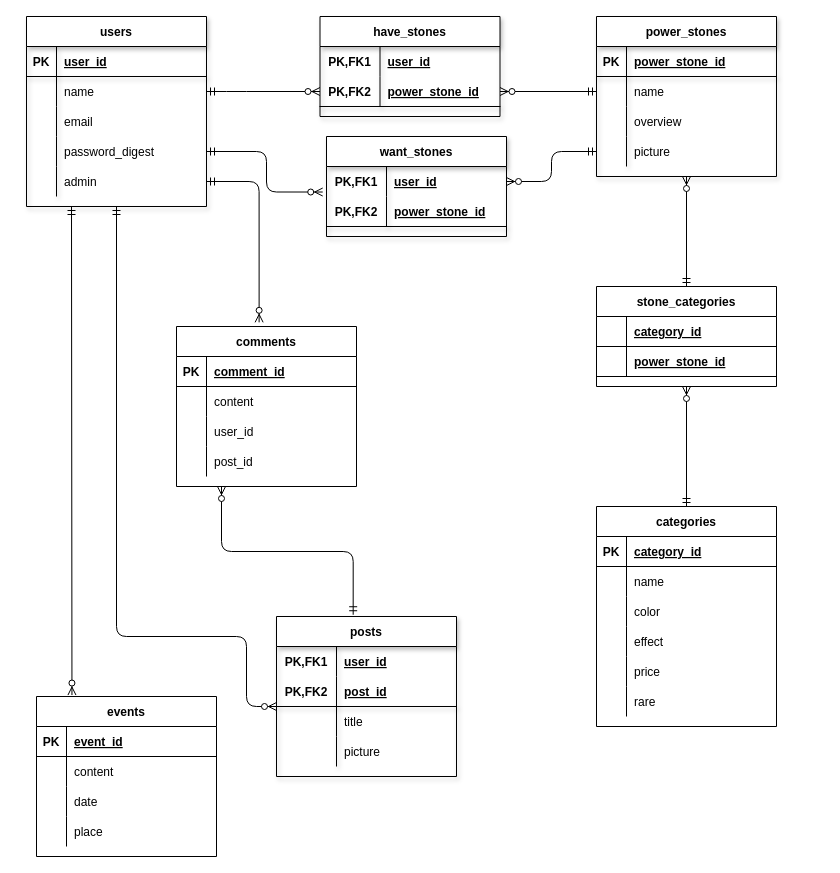
Before: stone_matching.drawio in hyoma525/stone_matching, a draw.io diagram. Source tidied: cells renumbered, new cells numbered last; positions are measured from the earlier drawing's top-left corner, leaving out a move shared by most shapes. Both pictures are drawn from the tidied source at 100%, with x=0, y=0 at pixel (26, 16).
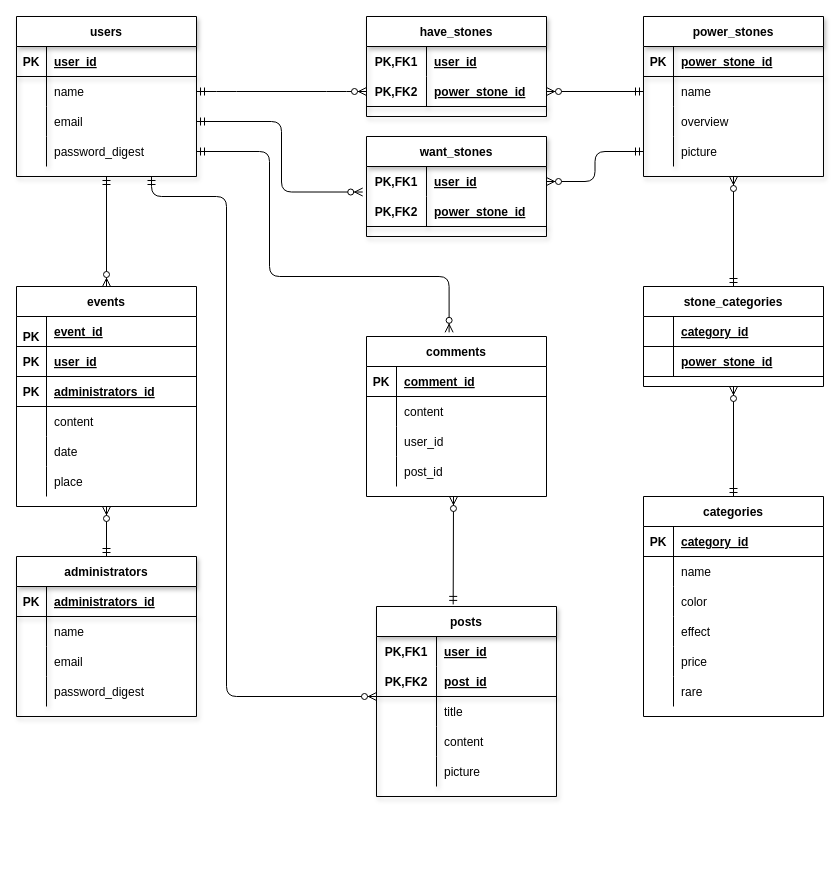
Above is the later version.

Unchanged cells that the change refers to:
```xml
<mxCell id="9" style="shape=tableRow;horizontal=0;startSize=0;swimlaneHead=0;swimlaneBody=0;fillColor=none;points=[[0,0.5],[1,0.5]];portConstraint=eastwest;top=0;left=0;right=0;bottom=0;shadow=1;strokeWidth=1;fontSize=12;" parent="2" vertex="1">
  <mxGeometry y="90" width="180" height="30" as="geometry" />
</mxCell>
<mxCell id="22" style="shape=tableRow;horizontal=0;startSize=0;swimlaneHead=0;swimlaneBody=0;fillColor=none;points=[[0,0.5],[1,0.5]];portConstraint=eastwest;top=0;left=0;right=0;bottom=0;shadow=1;strokeWidth=1;fontSize=12;" parent="15" vertex="1">
  <mxGeometry y="90" width="180" height="30" as="geometry" />
</mxCell>
<mxCell id="25" style="shape=tableRow;horizontal=0;startSize=0;swimlaneHead=0;swimlaneBody=0;fillColor=none;points=[[0,0.5],[1,0.5]];portConstraint=eastwest;top=0;left=0;right=0;bottom=0;shadow=1;strokeWidth=1;fontSize=12;" parent="15" vertex="1">
  <mxGeometry y="120" width="180" height="30" as="geometry" />
</mxCell>
<mxCell id="113" style="shape=tableRow;horizontal=0;startSize=0;swimlaneHead=0;swimlaneBody=0;fillColor=none;points=[[0,0.5],[1,0.5]];portConstraint=eastwest;top=0;left=0;right=0;bottom=1;shadow=1;strokeWidth=1;fontSize=12;" parent="109" vertex="1">
  <mxGeometry y="60" width="180" height="30" as="geometry" />
</mxCell>
```

Diff of the diagram source:
```diff
@@
     <mxCell id="2" value="posts" style="shape=table;startSize=30;childLayout=tableLayout;rowLines=0;fontStyle=1;align=center;shadow=1;strokeWidth=1;fontSize=12;" parent="1" vertex="1">
-      <mxGeometry x="250" y="600" width="180" height="160" as="geometry" />
+      <mxGeometry x="350" y="590" width="180" height="190" as="geometry" />
     </mxCell>
@@
+    <mxCell id="120" style="shape=tableRow;horizontal=0;startSize=0;swimlaneHead=0;swimlaneBody=0;fillColor=none;top=0;left=0;right=0;bottom=0;shadow=1;strokeWidth=1;fontSize=12;" parent="2" vertex="1">
+      <mxGeometry y="120" width="180" height="30" as="geometry" />
+    </mxCell>
+    <mxCell id="121" style="shape=partialRectangle;fillColor=none;top=0;left=0;bottom=0;right=0;overflow=hidden;shadow=1;strokeWidth=1;fontSize=12;" parent="120" vertex="1">
+      <mxGeometry width="60" height="30" as="geometry" />
+    </mxCell>
+    <mxCell id="122" value="content" style="shape=partialRectangle;fillColor=none;top=0;left=0;bottom=0;right=0;align=left;spacingLeft=6;overflow=hidden;shadow=1;strokeWidth=1;fontSize=12;" parent="120" vertex="1">
+      <mxGeometry x="60" width="120" height="30" as="geometry" />
+    </mxCell>
     <mxCell id="12" style="shape=tableRow;horizontal=0;startSize=0;swimlaneHead=0;swimlaneBody=0;fillColor=none;top=0;left=0;right=0;bottom=0;shadow=1;strokeWidth=1;fontSize=12;" parent="2" vertex="1">
-      <mxGeometry y="120" width="180" height="30" as="geometry" />
+      <mxGeometry y="150" width="180" height="30" as="geometry" />
     </mxCell>
@@
     <mxCell id="15" value="users" style="shape=table;startSize=30;childLayout=tableLayout;rowLines=0;fontStyle=1;align=center;shadow=1;strokeWidth=1;fontSize=12;" parent="1" vertex="1">
-      <mxGeometry width="180" height="190" as="geometry" />
+      <mxGeometry x="-10" width="180" height="160" as="geometry" />
     </mxCell>
@@
-    <mxCell id="28" style="shape=tableRow;horizontal=0;startSize=0;swimlaneHead=0;swimlaneBody=0;fillColor=none;points=[[0,0.5],[1,0.5]];portConstraint=eastwest;top=0;left=0;right=0;bottom=0;shadow=1;strokeWidth=1;fontSize=12;" parent="15" vertex="1">
-      <mxGeometry y="150" width="180" height="30" as="geometry" />
-    </mxCell>
-    <mxCell id="29" style="shape=partialRectangle;fillColor=none;top=0;left=0;bottom=0;right=0;overflow=hidden;shadow=1;strokeWidth=1;fontSize=12;" parent="28" vertex="1">
-      <mxGeometry width="30" height="30" as="geometry" />
-    </mxCell>
-    <mxCell id="30" value="admin" style="shape=partialRectangle;fillColor=none;top=0;left=0;bottom=0;right=0;align=left;spacingLeft=6;overflow=hidden;shadow=1;strokeWidth=1;fontSize=12;" parent="28" vertex="1">
-      <mxGeometry x="30" width="150" height="30" as="geometry" />
-    </mxCell>
     <mxCell id="31" value="power_stones" style="shape=table;startSize=30;childLayout=tableLayout;rowLines=0;fontStyle=1;align=center;shadow=1;strokeWidth=1;fontSize=12;" parent="1" vertex="1">
-      <mxGeometry x="570" width="180" height="160" as="geometry" />
+      <mxGeometry x="617" width="180" height="160" as="geometry" />
     </mxCell>
@@
     <mxCell id="44" value="have_stones" style="shape=table;startSize=30;childLayout=tableLayout;rowLines=0;fontStyle=1;align=center;shadow=1;strokeWidth=1;fontSize=12;" parent="1" vertex="1">
-      <mxGeometry x="293.5" width="180" height="100" as="geometry" />
+      <mxGeometry x="340" width="180" height="100" as="geometry" />
     </mxCell>
@@
     <mxCell id="51" value="comments" style="shape=table;startSize=30;childLayout=tableLayout;rowLines=0;fontStyle=1;align=center;" parent="1" vertex="1">
-      <mxGeometry x="150" y="310" width="180" height="160" as="geometry" />
+      <mxGeometry x="340" y="320" width="180" height="160" as="geometry" />
     </mxCell>
@@
     <mxCell id="64" value="events" style="shape=table;startSize=30;childLayout=tableLayout;rowLines=0;fontStyle=1;align=center;" parent="1" vertex="1">
-      <mxGeometry x="10" y="680" width="180" height="160" as="geometry" />
+      <mxGeometry x="-10" y="270" width="180" height="220" as="geometry" />
     </mxCell>
+    <mxCell id="123" style="shape=partialRectangle;fillColor=none;top=0;left=0;bottom=1;right=0;" parent="64" vertex="1">
+      <mxGeometry y="30" width="180" height="30" as="geometry" />
+    </mxCell>
+    <mxCell id="124" style="shape=partialRectangle;fillColor=none;top=0;left=0;bottom=0;right=0;fontStyle=1;overflow=hidden;" parent="123" vertex="1">
+      <mxGeometry width="30" height="30" as="geometry" />
+    </mxCell>
+    <mxCell id="125" value="event_id" style="shape=partialRectangle;fillColor=none;top=0;left=0;bottom=0;right=0;align=left;spacingLeft=6;fontStyle=5;overflow=hidden;" parent="123" vertex="1">
+      <mxGeometry x="30" width="150" height="30" as="geometry" />
+    </mxCell>
     <mxCell id="65" style="shape=partialRectangle;fillColor=none;top=0;left=0;bottom=1;right=0;" parent="64" vertex="1">
-      <mxGeometry y="30" width="180" height="30" as="geometry" />
+      <mxGeometry y="60" width="180" height="30" as="geometry" />
     </mxCell>
@@
-    <mxCell id="67" value="event_id" style="shape=partialRectangle;fillColor=none;top=0;left=0;bottom=0;right=0;align=left;spacingLeft=6;fontStyle=5;overflow=hidden;" parent="65" vertex="1">
+    <mxCell id="67" value="user_id" style="shape=partialRectangle;fillColor=none;top=0;left=0;bottom=0;right=0;align=left;spacingLeft=6;fontStyle=5;overflow=hidden;" parent="65" vertex="1">
       <mxGeometry x="30" width="150" height="30" as="geometry" />
     </mxCell>
+    <mxCell id="126" style="shape=partialRectangle;fillColor=none;top=0;left=0;bottom=1;right=0;" parent="64" vertex="1">
+      <mxGeometry y="90" width="180" height="30" as="geometry" />
+    </mxCell>
+    <mxCell id="127" style="shape=partialRectangle;fillColor=none;top=0;left=0;bottom=0;right=0;fontStyle=1;overflow=hidden;" parent="126" vertex="1">
+      <mxGeometry width="30" height="30" as="geometry" />
+    </mxCell>
+    <mxCell id="128" value="administrators_id" style="shape=partialRectangle;fillColor=none;top=0;left=0;bottom=0;right=0;align=left;spacingLeft=6;fontStyle=5;overflow=hidden;" parent="126" vertex="1">
+      <mxGeometry x="30" width="150" height="30" as="geometry" />
+    </mxCell>
     <mxCell id="68" style="shape=partialRectangle;fillColor=none;top=0;left=0;bottom=0;right=0;" parent="64" vertex="1">
-      <mxGeometry y="60" width="180" height="30" as="geometry" />
+      <mxGeometry y="120" width="180" height="30" as="geometry" />
     </mxCell>
@@
     <mxCell id="71" style="shape=partialRectangle;fillColor=none;top=0;left=0;bottom=0;right=0;" parent="64" vertex="1">
-      <mxGeometry y="90" width="180" height="30" as="geometry" />
+      <mxGeometry y="150" width="180" height="30" as="geometry" />
     </mxCell>
@@
     <mxCell id="74" style="shape=partialRectangle;fillColor=none;top=0;left=0;bottom=0;right=0;" parent="64" vertex="1">
-      <mxGeometry y="120" width="180" height="30" as="geometry" />
+      <mxGeometry y="180" width="180" height="30" as="geometry" />
     </mxCell>
@@
-    <mxCell id="77" style="edgeStyle=orthogonalEdgeStyle;fontSize=12;html=1;endArrow=ERzeroToMany;startArrow=ERmandOne;entryX=0.459;entryY=-0.026;entryDx=0;entryDy=0;entryPerimeter=0;exitX=1;exitY=0.5;exitDx=0;exitDy=0;" parent="1" edge="1" source="28" target="51">
-      <mxGeometry relative="1" as="geometry" />
+    <mxCell id="77" style="edgeStyle=orthogonalEdgeStyle;fontSize=12;html=1;endArrow=ERzeroToMany;startArrow=ERmandOne;entryX=0.459;entryY=-0.026;entryDx=0;entryDy=0;entryPerimeter=0;exitX=1;exitY=0.5;exitDx=0;exitDy=0;" parent="1" edge="1" source="25" target="51">
+      <mxGeometry relative="1" as="geometry">
+        <Array as="points">
+          <mxPoint x="243" y="135" />
+          <mxPoint x="243" y="260" />
+          <mxPoint x="423" y="260" />
+        </Array>
+      </mxGeometry>
     </mxCell>
-    <mxCell id="78" style="edgeStyle=orthogonalEdgeStyle;fontSize=12;html=1;endArrow=ERzeroToMany;startArrow=ERmandOne;exitX=0.426;exitY=-0.011;exitDx=0;exitDy=0;exitPerimeter=0;entryX=0.25;entryY=1;entryDx=0;entryDy=0;" parent="1" edge="1" source="2" target="51">
+    <mxCell id="78" style="fontSize=12;html=1;endArrow=ERzeroToMany;startArrow=ERmandOne;exitX=0.426;exitY=-0.011;exitDx=0;exitDy=0;exitPerimeter=0;" parent="1" edge="1" source="2">
       <mxGeometry relative="1" as="geometry">
-        <Array as="points">
-          <mxPoint x="327" y="535" />
-          <mxPoint x="195" y="535" />
-        </Array>
+        <mxPoint x="427" y="480" as="targetPoint" />
       </mxGeometry>
     </mxCell>
-    <mxCell id="79" style="edgeStyle=orthogonalEdgeStyle;fontSize=12;html=1;endArrow=ERzeroToMany;startArrow=ERmandOne;exitX=0.5;exitY=1;exitDx=0;exitDy=0;entryX=0;entryY=0;entryDx=0;entryDy=0;entryPerimeter=0;" parent="1" edge="1" source="15" target="9">
+    <mxCell id="79" style="edgeStyle=orthogonalEdgeStyle;fontSize=12;html=1;endArrow=ERzeroToMany;startArrow=ERmandOne;entryX=0;entryY=0;entryDx=0;entryDy=0;entryPerimeter=0;exitX=0.75;exitY=1;exitDx=0;exitDy=0;" parent="1" edge="1" source="15" target="9">
       <mxGeometry relative="1" as="geometry">
         <Array as="points">
-          <mxPoint x="90" y="620" />
-          <mxPoint x="220" y="620" />
-          <mxPoint x="220" y="690" />
+          <mxPoint x="125" y="180" />
+          <mxPoint x="200" y="180" />
+          <mxPoint x="200" y="680" />
         </Array>
       </mxGeometry>
     </mxCell>
@@
     <mxCell id="82" value="stone_categories" style="shape=table;startSize=30;childLayout=tableLayout;rowLines=0;fontStyle=1;align=center;" parent="1" vertex="1">
-      <mxGeometry x="570" y="270" width="180" height="100" as="geometry" />
+      <mxGeometry x="617" y="270" width="180" height="100" as="geometry" />
     </mxCell>
@@
     <mxCell id="89" value="categories" style="shape=table;startSize=30;childLayout=tableLayout;rowLines=0;fontStyle=1;align=center;" parent="1" vertex="1">
-      <mxGeometry x="570" y="490" width="180" height="220" as="geometry" />
+      <mxGeometry x="617" y="480" width="180" height="220" as="geometry" />
     </mxCell>
@@
     <mxCell id="109" value="want_stones" style="shape=table;startSize=30;childLayout=tableLayout;rowLines=0;fontStyle=1;align=center;shadow=1;strokeWidth=1;fontSize=12;" parent="1" vertex="1">
-      <mxGeometry x="300" y="120" width="180" height="100" as="geometry" />
+      <mxGeometry x="340" y="120" width="180" height="100" as="geometry" />
     </mxCell>
@@
-    <mxCell id="116" style="edgeStyle=orthogonalEdgeStyle;fontSize=12;html=1;endArrow=ERzeroToMany;startArrow=ERmandOne;entryX=-0.021;entryY=-0.149;entryDx=0;entryDy=0;exitX=1;exitY=0.5;exitDx=0;exitDy=0;entryPerimeter=0;" parent="1" edge="1" source="25" target="113">
+    <mxCell id="116" style="edgeStyle=orthogonalEdgeStyle;fontSize=12;html=1;endArrow=ERzeroToMany;startArrow=ERmandOne;entryX=-0.021;entryY=-0.149;entryDx=0;entryDy=0;exitX=1;exitY=0.5;exitDx=0;exitDy=0;entryPerimeter=0;" parent="1" edge="1" source="22" target="113">
       <mxGeometry relative="1" as="geometry" />
     </mxCell>
@@
-    <mxCell id="119" style="fontSize=12;html=1;endArrow=ERzeroToMany;startArrow=ERmandOne;exitX=0.25;exitY=1;exitDx=0;exitDy=0;entryX=0.197;entryY=-0.009;entryDx=0;entryDy=0;entryPerimeter=0;" parent="1" edge="1" source="15" target="64">
+    <mxCell id="119" style="fontSize=12;html=1;endArrow=ERzeroToMany;startArrow=ERmandOne;exitX=0.5;exitY=1;exitDx=0;exitDy=0;entryX=0.5;entryY=0;entryDx=0;entryDy=0;" parent="1" edge="1" source="15" target="64">
       <mxGeometry relative="1" as="geometry" />
     </mxCell>
+    <mxCell id="129" value="administrators" style="shape=table;startSize=30;childLayout=tableLayout;rowLines=0;fontStyle=1;align=center;shadow=1;strokeWidth=1;fontSize=12;" parent="1" vertex="1">
+      <mxGeometry x="-10" y="540" width="180" height="160" as="geometry" />
+    </mxCell>
+    <mxCell id="130" style="shape=tableRow;horizontal=0;startSize=0;swimlaneHead=0;swimlaneBody=0;fillColor=none;top=0;left=0;right=0;bottom=1;shadow=1;strokeWidth=1;fontSize=12;" parent="129" vertex="1">
+      <mxGeometry y="30" width="180" height="30" as="geometry" />
+    </mxCell>
+    <mxCell id="131" value="PK" style="shape=partialRectangle;fillColor=none;top=0;left=0;bottom=0;right=0;fontStyle=1;overflow=hidden;shadow=1;strokeWidth=1;fontSize=12;" parent="130" vertex="1">
+      <mxGeometry width="30" height="30" as="geometry" />
+    </mxCell>
+    <mxCell id="132" value="administrators_id" style="shape=partialRectangle;fillColor=none;top=0;left=0;bottom=0;right=0;align=left;spacingLeft=6;fontStyle=5;overflow=hidden;shadow=1;strokeWidth=1;fontSize=12;" parent="130" vertex="1">
+      <mxGeometry x="30" width="150" height="30" as="geometry" />
+    </mxCell>
+    <mxCell id="133" style="shape=tableRow;horizontal=0;startSize=0;swimlaneHead=0;swimlaneBody=0;fillColor=none;top=0;left=0;right=0;bottom=0;shadow=1;strokeWidth=1;fontSize=12;" parent="129" vertex="1">
+      <mxGeometry y="60" width="180" height="30" as="geometry" />
+    </mxCell>
+    <mxCell id="134" style="shape=partialRectangle;fillColor=none;top=0;left=0;bottom=0;right=0;overflow=hidden;shadow=1;strokeWidth=1;fontSize=12;" parent="133" vertex="1">
+      <mxGeometry width="30" height="30" as="geometry" />
+    </mxCell>
+    <mxCell id="135" value="name" style="shape=partialRectangle;fillColor=none;top=0;left=0;bottom=0;right=0;align=left;spacingLeft=6;overflow=hidden;shadow=1;strokeWidth=1;fontSize=12;" parent="133" vertex="1">
+      <mxGeometry x="30" width="150" height="30" as="geometry" />
+    </mxCell>
+    <mxCell id="136" style="shape=tableRow;horizontal=0;startSize=0;swimlaneHead=0;swimlaneBody=0;fillColor=none;top=0;left=0;right=0;bottom=0;shadow=1;strokeWidth=1;fontSize=12;" parent="129" vertex="1">
+      <mxGeometry y="90" width="180" height="30" as="geometry" />
+    </mxCell>
+    <mxCell id="137" style="shape=partialRectangle;fillColor=none;top=0;left=0;bottom=0;right=0;overflow=hidden;shadow=1;strokeWidth=1;fontSize=12;" parent="136" vertex="1">
+      <mxGeometry width="30" height="30" as="geometry" />
+    </mxCell>
+    <mxCell id="138" value="email" style="shape=partialRectangle;fillColor=none;top=0;left=0;bottom=0;right=0;align=left;spacingLeft=6;overflow=hidden;shadow=1;strokeWidth=1;fontSize=12;" parent="136" vertex="1">
+      <mxGeometry x="30" width="150" height="30" as="geometry" />
+    </mxCell>
+    <mxCell id="139" style="shape=tableRow;horizontal=0;startSize=0;swimlaneHead=0;swimlaneBody=0;fillColor=none;top=0;left=0;right=0;bottom=0;shadow=1;strokeWidth=1;fontSize=12;" parent="129" vertex="1">
+      <mxGeometry y="120" width="180" height="30" as="geometry" />
+    </mxCell>
+    <mxCell id="140" style="shape=partialRectangle;fillColor=none;top=0;left=0;bottom=0;right=0;overflow=hidden;shadow=1;strokeWidth=1;fontSize=12;" parent="139" vertex="1">
+      <mxGeometry width="30" height="30" as="geometry" />
+    </mxCell>
+    <mxCell id="141" value="password_digest" style="shape=partialRectangle;fillColor=none;top=0;left=0;bottom=0;right=0;align=left;spacingLeft=6;overflow=hidden;shadow=1;strokeWidth=1;fontSize=12;" parent="139" vertex="1">
+      <mxGeometry x="30" width="150" height="30" as="geometry" />
+    </mxCell>
+    <mxCell id="142" style="fontSize=12;html=1;endArrow=ERzeroToMany;startArrow=ERmandOne;entryX=0.5;entryY=1;entryDx=0;entryDy=0;exitX=0.5;exitY=0;exitDx=0;exitDy=0;" parent="1" edge="1" source="129" target="64">
+      <mxGeometry relative="1" as="geometry" />
+    </mxCell>
+    <mxCell id="143" value="PK" style="shape=partialRectangle;fillColor=none;top=0;left=0;bottom=0;right=0;fontStyle=1;overflow=hidden;" parent="1" vertex="1">
+      <mxGeometry x="-10" y="305" width="30" height="30" as="geometry" />
+    </mxCell>
+    <mxCell id="144" value="PK" style="shape=partialRectangle;fillColor=none;top=0;left=0;bottom=0;right=0;fontStyle=1;overflow=hidden;" parent="1" vertex="1">
+      <mxGeometry x="-10" y="360" width="30" height="30" as="geometry" />
+    </mxCell>
```
